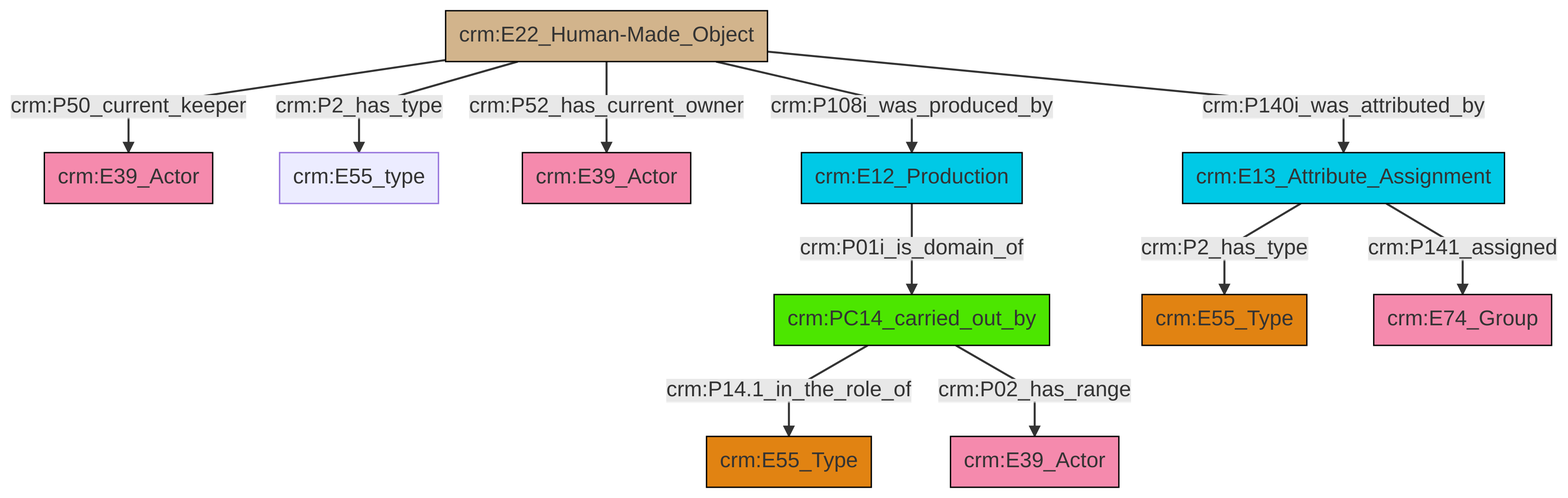
The Mermaid diagram et/artworkCSV/ttl/mmd/png/Artwork_Actor_Relations.png in swiss-art-research-net/reference-data-models, before a commit. Its source is kept beside it as et/artworkCSV/ttl/mmd/Artwork_Actor_Relations.ttl.mmd.
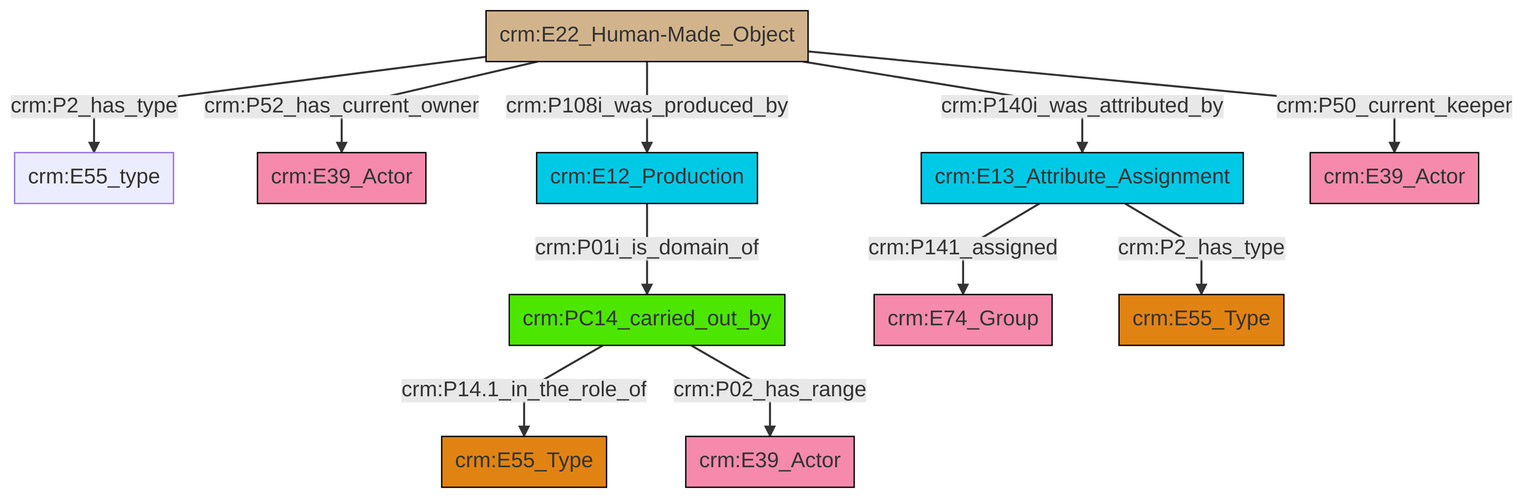
The same file after the commit.

Change to the diagram source:
```diff
@@ -13,13 +13,13 @@
 classDef PC_Classes fill:#4ce600, stroke:#000000;
 classDef Multi fill:#cccccc,stroke:#000000;
 
-2["crm:E22_Human-Made_Object"]:::Physical_Thing -->|crm:P2_has_type| 3["crm:E55_type"]:::Default
-4["crm:PC14_carried_out_by"]:::PC_Classes -->|crm:P14.1_in_the_role_of| 5["crm:E55_Type"]:::Type
-2["crm:E22_Human-Made_Object"]:::Physical_Thing -->|crm:P52_has_current_owner| 6["crm:E39_Actor"]:::Actor
-12["crm:E13_Attribute_Assignment"]:::Temporal_Entity -->|crm:P2_has_type| 8["crm:E55_Type"]:::Type
-2["crm:E22_Human-Made_Object"]:::Physical_Thing -->|crm:P140i_was_attributed_by| 12["crm:E13_Attribute_Assignment"]:::Temporal_Entity
-4["crm:PC14_carried_out_by"]:::PC_Classes -->|crm:P02_has_range| 17["crm:E39_Actor"]:::Actor
-2["crm:E22_Human-Made_Object"]:::Physical_Thing -->|crm:P50_current_keeper| 0["crm:E39_Actor"]:::Actor
-2["crm:E22_Human-Made_Object"]:::Physical_Thing -->|crm:P108i_was_produced_by| 20["crm:E12_Production"]:::Temporal_Entity
-12["crm:E13_Attribute_Assignment"]:::Temporal_Entity -->|crm:P141_assigned| 18["crm:E74_Group"]:::Actor
-20["crm:E12_Production"]:::Temporal_Entity -->|crm:P01i_is_domain_of| 4["crm:PC14_carried_out_by"]:::PC_Classes
+8["crm:PC14_carried_out_by"]:::PC_Classes -->|crm:P14.1_in_the_role_of| 9["crm:E55_Type"]:::Type
+0["crm:E12_Production"]:::Temporal_Entity -->|crm:P01i_is_domain_of| 8["crm:PC14_carried_out_by"]:::PC_Classes
+2["crm:E22_Human-Made_Object"]:::Physical_Thing -->|crm:P2_has_type| 15["crm:E55_type"]:::Default
+2["crm:E22_Human-Made_Object"]:::Physical_Thing -->|crm:P52_has_current_owner| 4["crm:E39_Actor"]:::Actor
+2["crm:E22_Human-Made_Object"]:::Physical_Thing -->|crm:P108i_was_produced_by| 0["crm:E12_Production"]:::Temporal_Entity
+2["crm:E22_Human-Made_Object"]:::Physical_Thing -->|crm:P140i_was_attributed_by| 20["crm:E13_Attribute_Assignment"]:::Temporal_Entity
+8["crm:PC14_carried_out_by"]:::PC_Classes -->|crm:P02_has_range| 13["crm:E39_Actor"]:::Actor
+2["crm:E22_Human-Made_Object"]:::Physical_Thing -->|crm:P50_current_keeper| 18["crm:E39_Actor"]:::Actor
+20["crm:E13_Attribute_Assignment"]:::Temporal_Entity -->|crm:P141_assigned| 11["crm:E74_Group"]:::Actor
+20["crm:E13_Attribute_Assignment"]:::Temporal_Entity -->|crm:P2_has_type| 6["crm:E55_Type"]:::Type
```
